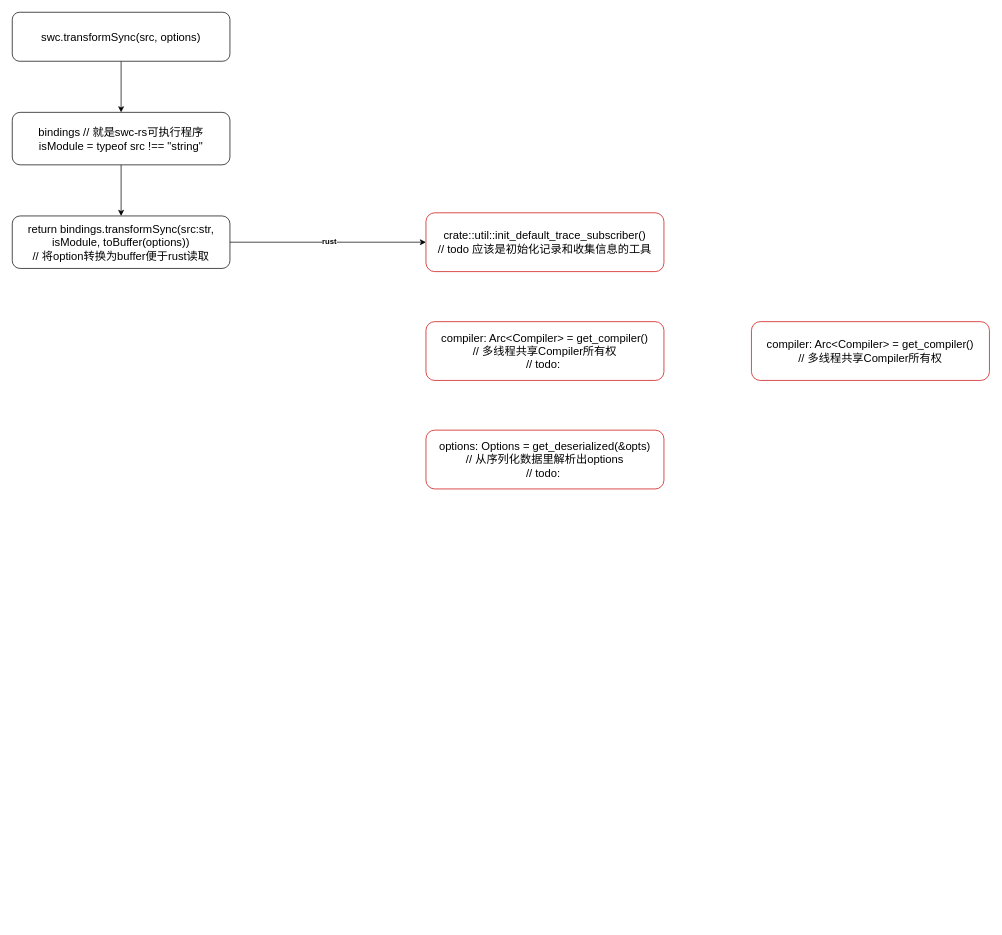
Above: swc.drawio in ccctw-ma/source-code-learning (draw.io), before the change. Source tidied: cells renumbered, new cells numbered last; positions are measured from the earlier drawing's top-left corner, leaving out a move shared by most shapes. Both pictures are drawn from the tidied source at 70%, with x=0, y=0 at pixel (12, 12).
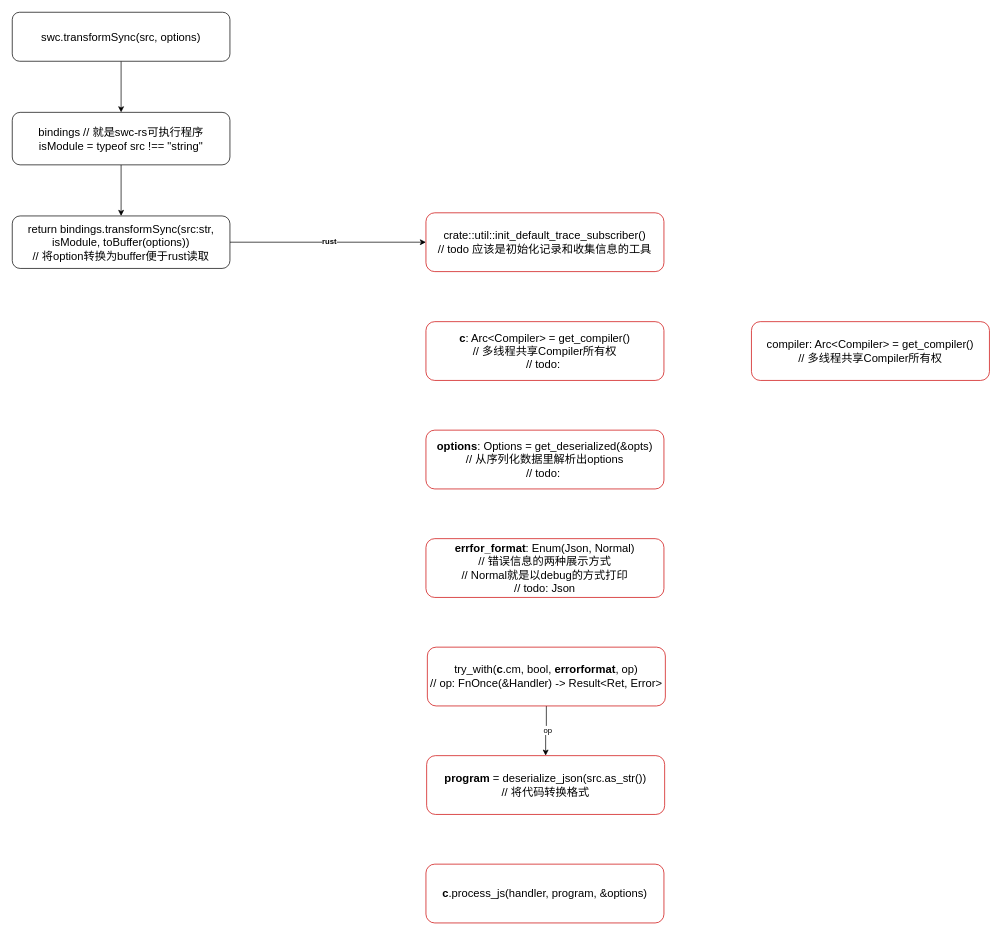
The same diagram, later.

What changed in the source:
```diff
@@
 <mxGraphModel>
   <root>
     <mxCell id="0" />
     <mxCell id="1" parent="0" />
     <mxCell id="2" style="edgeStyle=orthogonalEdgeStyle;rounded=0;jettySize=auto;html=1;exitX=0.5;exitY=1;exitDx=0;exitDy=0;entryX=0.5;entryY=0;entryDx=0;entryDy=0;" parent="1" edge="1" source="3" target="5">
       <mxGeometry relative="1" as="geometry" />
     </mxCell>
     <mxCell id="3" value="&lt;font style=&quot;font-size: 16px;&quot;&gt;swc.transformSync(src, options)&lt;/font&gt;" style="rounded=1;whiteSpace=wrap;html=1;" parent="1" vertex="1">
       <mxGeometry width="311" height="70" as="geometry" />
     </mxCell>
     <mxCell id="4" style="edgeStyle=orthogonalEdgeStyle;rounded=0;jettySize=auto;html=1;exitX=0.5;exitY=1;exitDx=0;exitDy=0;entryX=0.5;entryY=0;entryDx=0;entryDy=0;" parent="1" edge="1" source="5" target="8">
       <mxGeometry relative="1" as="geometry" />
     </mxCell>
     <mxCell id="5" value="&lt;font style=&quot;font-size: 16px;&quot;&gt;bindings // 就是swc-rs可执行程序&lt;br&gt;isModule = typeof src !== &quot;string&quot;&lt;br&gt;&lt;/font&gt;" style="rounded=1;whiteSpace=wrap;html=1;" parent="1" vertex="1">
       <mxGeometry y="143" width="311" height="75" as="geometry" />
     </mxCell>
     <mxCell id="6" style="edgeStyle=orthogonalEdgeStyle;rounded=0;jettySize=auto;html=1;exitX=1;exitY=0.5;exitDx=0;exitDy=0;entryX=0;entryY=0.5;entryDx=0;entryDy=0;" parent="1" edge="1" source="8" target="9">
       <mxGeometry relative="1" as="geometry" />
     </mxCell>
     <mxCell id="7" value="rust" style="edgeLabel;html=1;align=center;verticalAlign=middle;fontStyle=1;" parent="6" vertex="1">
       <mxGeometry x="0.01" y="-1" relative="1" as="geometry">
         <mxPoint y="-2" as="offset" />
       </mxGeometry>
     </mxCell>
     <mxCell id="8" value="&lt;font style=&quot;font-size: 16px;&quot;&gt;return bindings.transformSync(src:str,&lt;br&gt;isModule, toBuffer(options))&lt;br&gt;// 将option转换为buffer便于rust读取&lt;br&gt;&lt;/font&gt;" style="rounded=1;whiteSpace=wrap;html=1;" parent="1" vertex="1">
       <mxGeometry y="291" width="311" height="75" as="geometry" />
     </mxCell>
     <mxCell id="9" value="&lt;font style=&quot;font-size: 16px;&quot;&gt;crate::util::init_default_trace_subscriber()&lt;br&gt;// todo 应该是初始化记录和收集信息的工具&lt;br&gt;&lt;/font&gt;" style="rounded=1;whiteSpace=wrap;html=1;strokeColor=#CC0000;" parent="1" vertex="1">
       <mxGeometry x="591" y="286.5" width="340" height="84" as="geometry" />
     </mxCell>
-    <mxCell id="10" value="&lt;font style=&quot;font-size: 16px;&quot;&gt;compiler: Arc&amp;lt;Compiler&amp;gt; = get_compiler()&lt;br&gt;// 多线程共享Compiler所有权&lt;br&gt;// todo:&amp;nbsp;&lt;br&gt;&lt;/font&gt;" style="rounded=1;whiteSpace=wrap;html=1;strokeColor=#CC0000;" parent="1" vertex="1">
+    <mxCell id="10" value="&lt;font style=&quot;font-size: 16px;&quot;&gt;&lt;b&gt;c&lt;/b&gt;: Arc&amp;lt;Compiler&amp;gt; = get_compiler()&lt;br&gt;// 多线程共享Compiler所有权&lt;br&gt;// todo:&amp;nbsp;&lt;br&gt;&lt;/font&gt;" style="rounded=1;whiteSpace=wrap;html=1;strokeColor=#CC0000;" parent="1" vertex="1">
       <mxGeometry x="591" y="442" width="340" height="84" as="geometry" />
     </mxCell>
     <mxCell id="11" value="&lt;font style=&quot;font-size: 16px;&quot;&gt;compiler: Arc&amp;lt;Compiler&amp;gt; = get_compiler()&lt;br&gt;// 多线程共享Compiler所有权&lt;br&gt;&lt;/font&gt;" style="rounded=1;whiteSpace=wrap;html=1;strokeColor=#CC0000;" parent="1" vertex="1">
       <mxGeometry x="1056" y="442" width="340" height="84" as="geometry" />
     </mxCell>
-    <mxCell id="12" value="&lt;font style=&quot;font-size: 16px;&quot;&gt;options: Options = get_deserialized(&amp;amp;opts)&lt;br&gt;// 从序列化数据里解析出options&lt;br&gt;// todo:&amp;nbsp;&lt;br&gt;&lt;/font&gt;" style="rounded=1;whiteSpace=wrap;html=1;strokeColor=#CC0000;" parent="1" vertex="1">
+    <mxCell id="12" value="&lt;font style=&quot;font-size: 16px;&quot;&gt;&lt;b&gt;options&lt;/b&gt;: Options = get_deserialized(&amp;amp;opts)&lt;br&gt;// 从序列化数据里解析出options&lt;br&gt;// todo:&amp;nbsp;&lt;br&gt;&lt;/font&gt;" style="rounded=1;whiteSpace=wrap;html=1;strokeColor=#CC0000;" parent="1" vertex="1">
       <mxGeometry x="591" y="597" width="340" height="84" as="geometry" />
     </mxCell>
+    <mxCell id="13" value="&lt;font style=&quot;font-size: 16px;&quot;&gt;&lt;b&gt;errfor_format&lt;/b&gt;: Enum(Json, Normal)&lt;br&gt;// 错误信息的两种展示方式&lt;br&gt;// Normal就是以debug的方式打印&lt;br&gt;// todo: Json&lt;br&gt;&lt;/font&gt;" style="rounded=1;whiteSpace=wrap;html=1;strokeColor=#CC0000;" parent="1" vertex="1">
+      <mxGeometry x="591" y="752" width="340" height="84" as="geometry" />
+    </mxCell>
+    <mxCell id="14" style="edgeStyle=orthogonalEdgeStyle;rounded=0;jettySize=auto;html=1;exitX=0.5;exitY=1;exitDx=0;exitDy=0;entryX=0.5;entryY=0;entryDx=0;entryDy=0;" parent="1" edge="1" source="16" target="17">
+      <mxGeometry relative="1" as="geometry" />
+    </mxCell>
+    <mxCell id="15" value="op" style="edgeLabel;html=1;align=center;verticalAlign=middle;" parent="14" vertex="1">
+      <mxGeometry x="-0.06" y="1" relative="1" as="geometry" />
+    </mxCell>
+    <mxCell id="16" value="&lt;font style=&quot;font-size: 16px;&quot;&gt;try_with(&lt;b&gt;c&lt;/b&gt;.cm, bool, &lt;b&gt;errorformat&lt;/b&gt;, op)&lt;br&gt;// op: FnOnce(&amp;amp;Handler) -&amp;gt; Result&amp;lt;Ret, Error&amp;gt;&lt;br&gt;&lt;/font&gt;" style="rounded=1;whiteSpace=wrap;html=1;strokeColor=#CC0000;" parent="1" vertex="1">
+      <mxGeometry x="593" y="907" width="340" height="84" as="geometry" />
+    </mxCell>
+    <mxCell id="17" value="&lt;font style=&quot;font-size: 16px;&quot;&gt;&lt;b&gt;program&lt;/b&gt; = deserialize_json(src.as_str())&lt;br&gt;// 将代码转换格式&lt;br&gt;&lt;/font&gt;" style="rounded=1;whiteSpace=wrap;html=1;strokeColor=#CC0000;" parent="1" vertex="1">
+      <mxGeometry x="592" y="1062" width="340" height="84" as="geometry" />
+    </mxCell>
+    <mxCell id="18" value="&lt;font style=&quot;font-size: 16px;&quot;&gt;&lt;b&gt;c&lt;/b&gt;.process_js(handler, program, &amp;amp;options)&lt;br&gt;&lt;/font&gt;" style="rounded=1;whiteSpace=wrap;html=1;strokeColor=#CC0000;" parent="1" vertex="1">
+      <mxGeometry x="591" y="1217" width="340" height="84" as="geometry" />
+    </mxCell>
   </root>
 </mxGraphModel>
```
